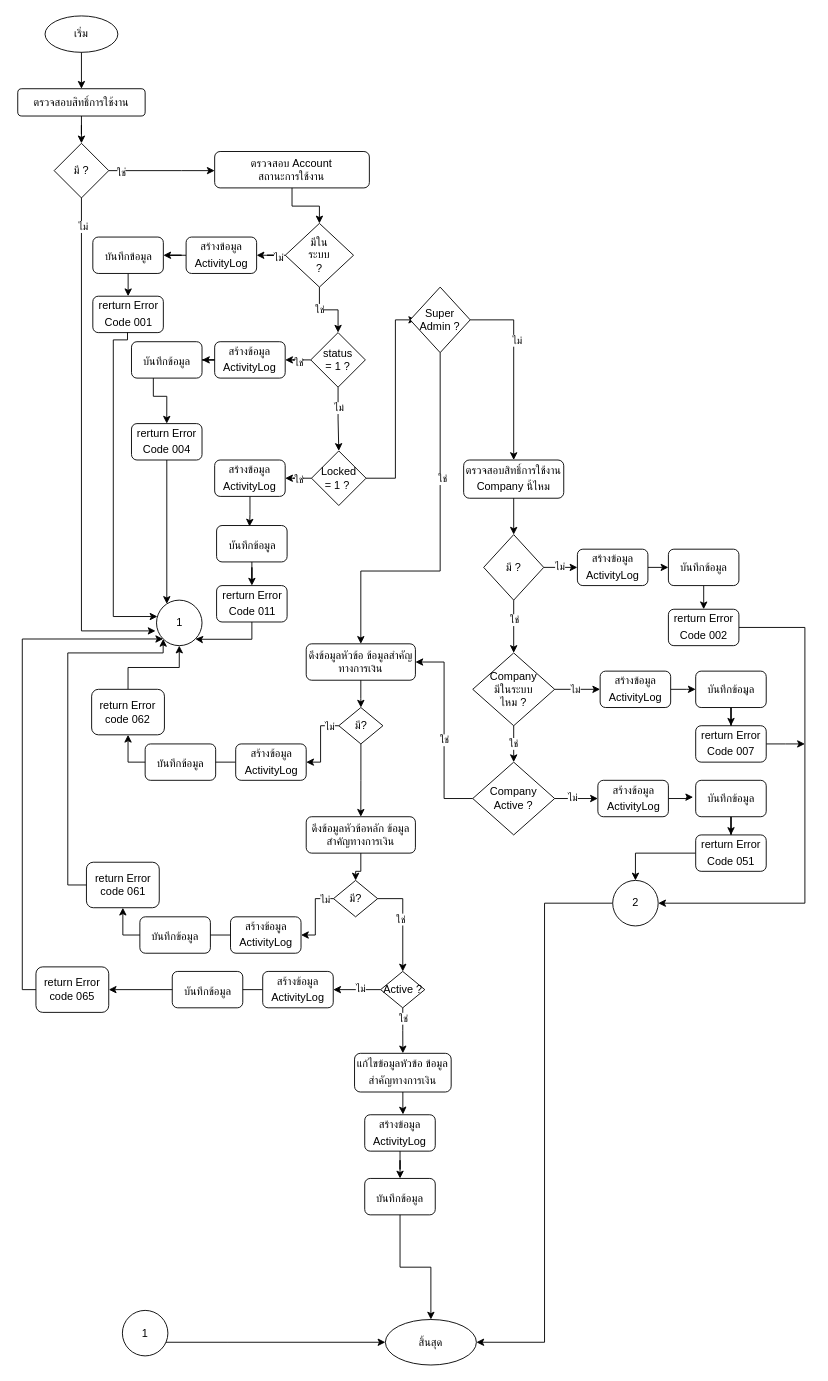
The draw.io diagram page "หน้า-4" (4 of 4) of FinancialStatements.drawio in charifrodmanee/charifrodmanee, before the edit. Source tidied: cells renumbered, new cells numbered last; positions are measured from the earlier drawing's top-left corner, leaving out a move shared by most shapes. Both pictures are drawn from the tidied source at 91%, with x=0, y=0 at pixel (17, 15).
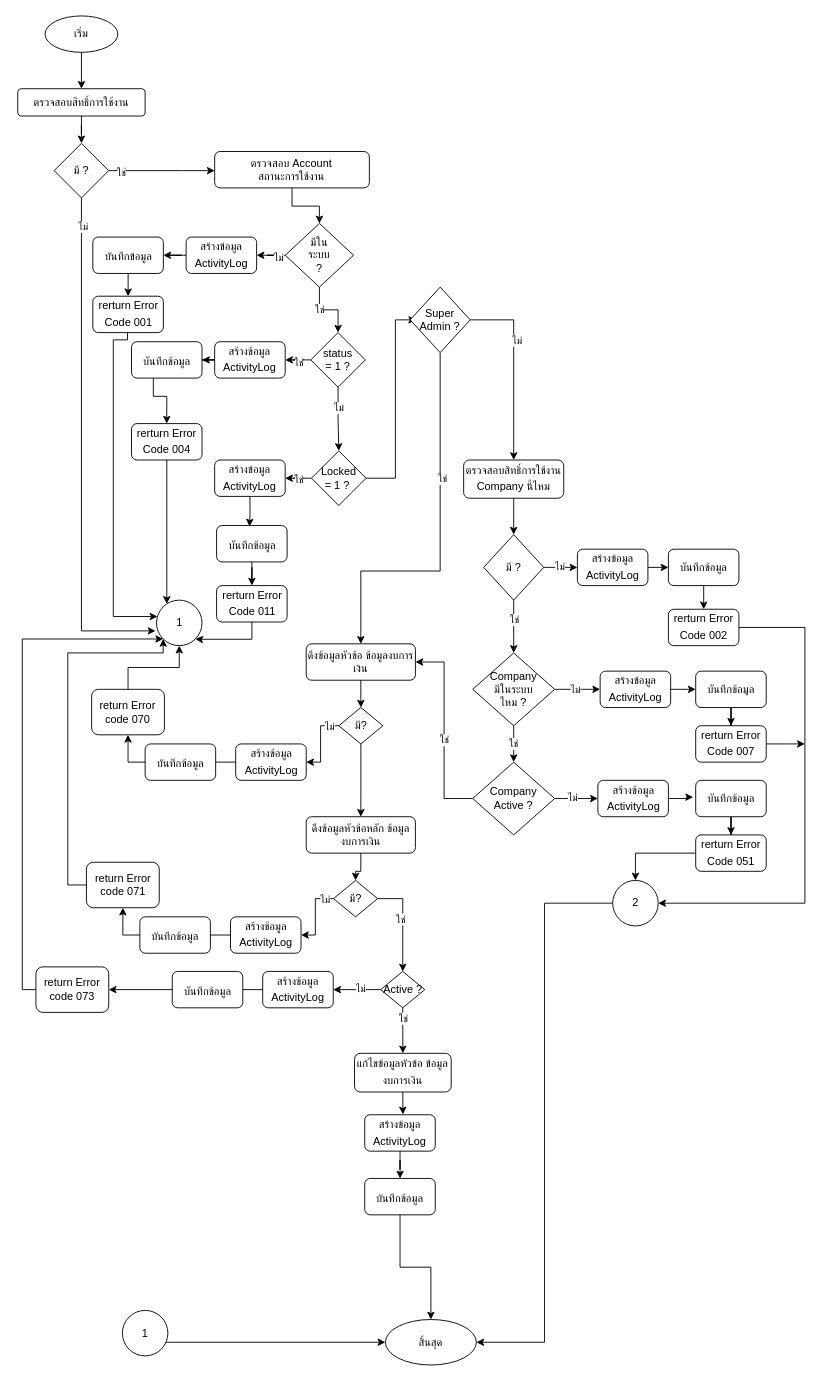
After the change.

The change refers to these unchanged cells:
```xml
<mxCell id="124" style="group;" parent="120" vertex="1">
  <mxGeometry x="260.1" width="96.2" height="177.5" as="geometry" />
</mxCell>
```

What changed in the source:
```diff
@@
-    <mxCell id="87" value="ดึงข้อมูลหัวข้อ ข้อมูลสำคัญทางการเงิน" style="rounded=1;whiteSpace=wrap;html=1;" parent="1" vertex="1">
+    <mxCell id="87" value="ดึงข้อมูลหัวข้อ ข้อมูลงบการเงิน" style="rounded=1;whiteSpace=wrap;html=1;" parent="1" vertex="1">
       <mxGeometry x="317" y="690" width="120" height="40" as="geometry" />
     </mxCell>
@@
-    <mxCell id="92" value="return Error code 062" style="rounded=1;whiteSpace=wrap;html=1;" parent="1" vertex="1">
+    <mxCell id="92" value="return Error code 070" style="rounded=1;whiteSpace=wrap;html=1;" parent="1" vertex="1">
       <mxGeometry x="81.2" y="740" width="80" height="50" as="geometry" />
     </mxCell>
@@
-    <mxCell id="104" value="return Error code 065" style="rounded=1;whiteSpace=wrap;html=1;" parent="1" vertex="1">
+    <mxCell id="104" value="return Error code 073" style="rounded=1;whiteSpace=wrap;html=1;" parent="1" vertex="1">
       <mxGeometry x="20" y="1045" width="80" height="50" as="geometry" />
     </mxCell>
@@
-    <mxCell id="108" value="ดึงข้อมูลหัวข้อหลัก ข้อมูลสำคัญทางการเงิน" style="rounded=1;whiteSpace=wrap;html=1;" parent="1" vertex="1">
+    <mxCell id="108" value="ดึงข้อมูลหัวข้อหลัก ข้อมูลงบการเงิน" style="rounded=1;whiteSpace=wrap;html=1;" parent="1" vertex="1">
       <mxGeometry x="317" y="880" width="120" height="40" as="geometry" />
     </mxCell>
@@
-    <mxCell id="114" value="return Error code 061" style="rounded=1;whiteSpace=wrap;html=1;" parent="1" vertex="1">
+    <mxCell id="114" value="return Error code 071" style="rounded=1;whiteSpace=wrap;html=1;" parent="1" vertex="1">
       <mxGeometry x="75.5" y="930" width="80" height="50" as="geometry" />
     </mxCell>
@@
-    <mxCell id="125" value="แก้ไขข้อมูลหัวข้อ ข้อมูลสำคัญทางการเงิน&lt;span style=&quot;font-size: medium; text-align: start;&quot;&gt;&lt;/span&gt;" style="rounded=1;whiteSpace=wrap;html=1;" parent="124" vertex="1">
+    <mxCell id="125" value="แก้ไขข้อมูลหัวข้อ ข้อมูลงบการเงิน&lt;span style=&quot;font-size: medium; text-align: start;&quot;&gt;&lt;/span&gt;" style="rounded=1;whiteSpace=wrap;html=1;" parent="124" vertex="1">
       <mxGeometry x="-5" width="106.2" height="42.5" as="geometry" />
     </mxCell>
```
